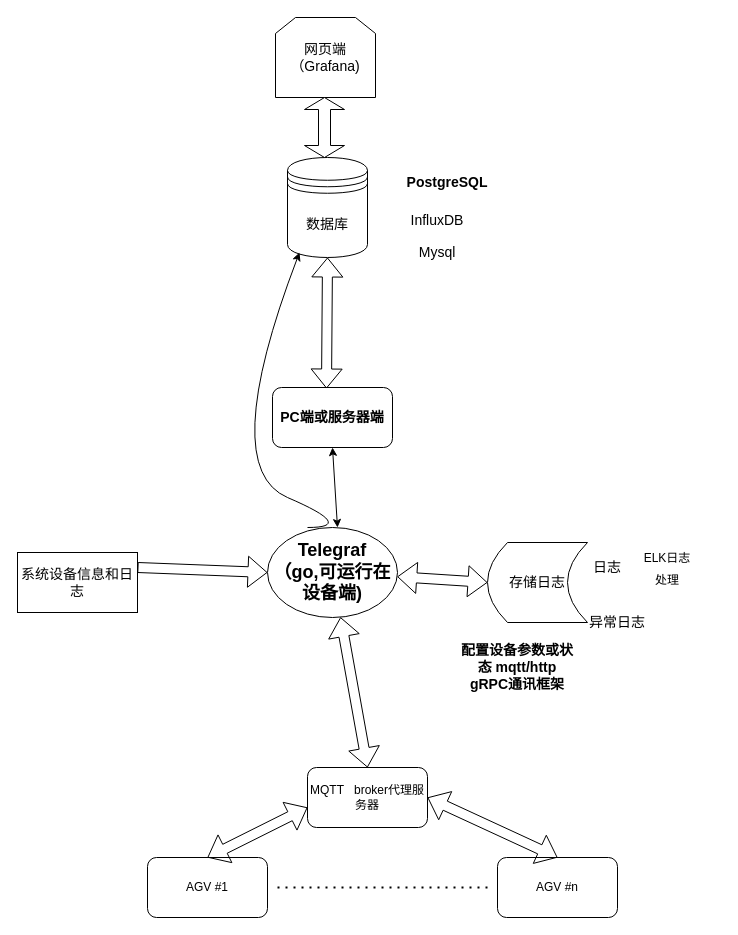
Earlier version of the draw.io diagram agvStateFrame2--0615.drawio (yyjqr/IMU). Source tidied: cells renumbered, new cells numbered last; positions are measured from the earlier drawing's top-left corner, leaving out a move shared by most shapes. Both pictures are drawn from the tidied source at 100%, with x=0, y=0 at pixel (17, 17).
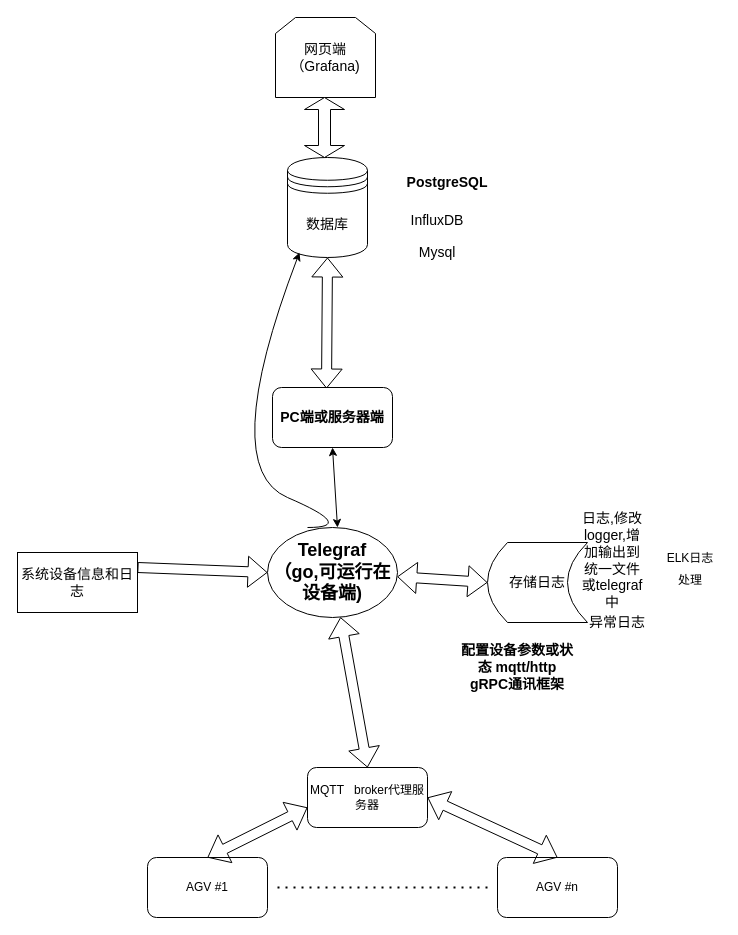
The same diagram, later.

The edit, as a diff of the source:
```diff
@@
-    <mxCell id="16" value="日志" style="text;html=1;strokeColor=none;fillColor=none;align=center;verticalAlign=middle;whiteSpace=wrap;rounded=0;fontSize=14;" parent="1" vertex="1">
-      <mxGeometry x="560" y="535" width="60" height="30" as="geometry" />
+    <mxCell id="16" value="日志,修改logger,增加输出到统一文件或telegraf中" style="text;html=1;strokeColor=none;fillColor=none;align=center;verticalAlign=middle;whiteSpace=wrap;rounded=0;fontSize=14;" parent="1" vertex="1">
+      <mxGeometry x="560" y="520" width="70" height="45" as="geometry" />
     </mxCell>
@@
     <mxCell id="27" value="&lt;font style=&quot;font-size: 12px;&quot;&gt;ELK日志处理&lt;/font&gt;" style="text;html=1;strokeColor=none;fillColor=none;align=center;verticalAlign=middle;whiteSpace=wrap;rounded=0;fontSize=18;" parent="1" vertex="1">
-      <mxGeometry x="620" y="535" width="60" height="30" as="geometry" />
+      <mxGeometry x="643" y="535" width="60" height="30" as="geometry" />
     </mxCell>
```
